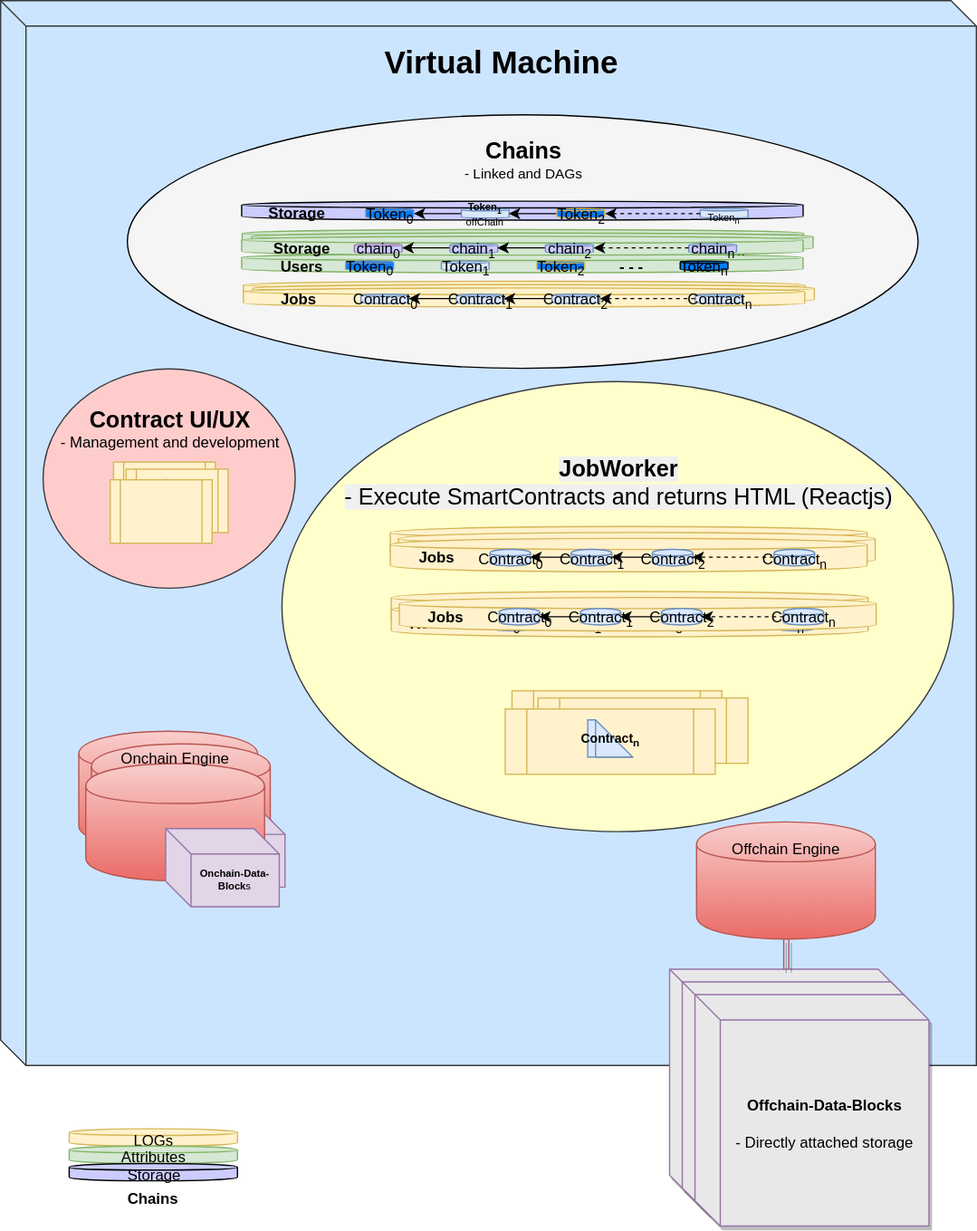
Above: docs/virtual-machine.svg in dev-usertoken/virtual-machine (draw.io), before the change. Source tidied: cells renumbered, new cells last; positions are measured from the earlier drawing's top-left corner, leaving out a move shared by most shapes.
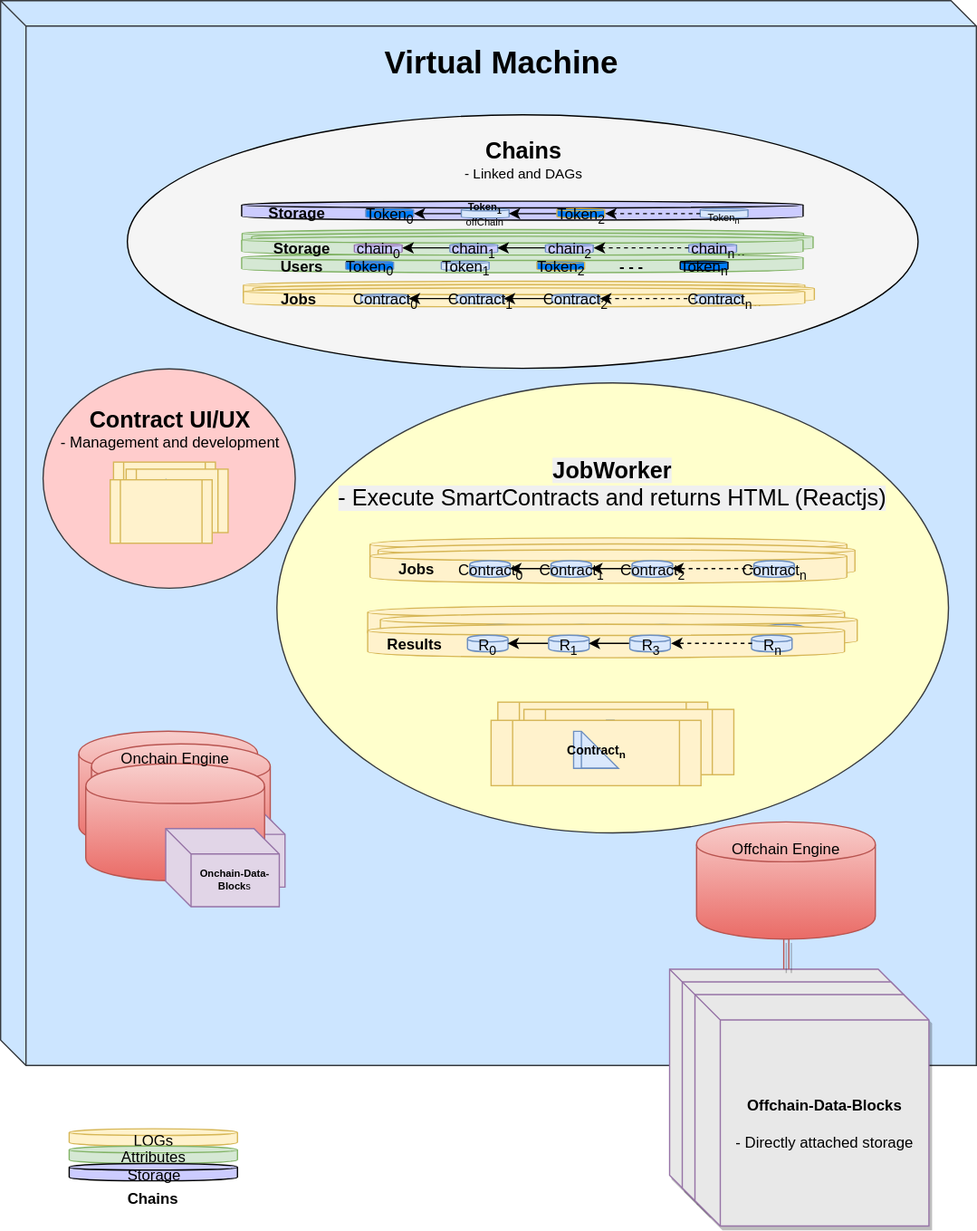
Above is the later version.

Commit message:
result-chain

What changed in the source:
```diff
@@ -389,17 +389,17 @@
     <mxCell id="130" style="shape=process;whiteSpace=wrap;html=1;backgroundOutline=1;fillColor=#fff2cc;strokeColor=#d6b656;" parent="129" vertex="1">
       <mxGeometry width="80.4" height="50.1" as="geometry" />
     </mxCell>
-    <mxCell id="131" style="group;" parent="1" vertex="1">
-      <mxGeometry x="222" y="300" width="530" height="355" as="geometry" />
-    </mxCell>
+    <mxCell id="212" style="group;" parent="1" vertex="1">
+      <mxGeometry x="217.8" y="301" width="530" height="355" as="geometry" />
+    </mxCell>
-    <mxCell id="132" value="&lt;div style=&quot;font-size: 18px&quot;&gt;&lt;font style=&quot;font-size: 18px&quot;&gt;&lt;span style=&quot;background-color: rgb(240 , 240 , 240)&quot;&gt;&lt;b&gt;JobWorker&lt;/b&gt;&lt;/span&gt;&lt;/font&gt;&lt;/div&gt;&lt;div style=&quot;font-size: 18px&quot; align=&quot;left&quot;&gt;&lt;font style=&quot;font-size: 18px&quot;&gt;&lt;span style=&quot;background-color: rgb(240 , 240 , 240)&quot;&gt;- Execute SmartContracts and returns HTML (Reactjs)&lt;br&gt;&lt;/span&gt;&lt;/font&gt;&lt;/div&gt;&lt;div style=&quot;font-size: 18px&quot;&gt;&lt;font style=&quot;font-size: 18px&quot;&gt;&lt;span style=&quot;background-color: rgb(240 , 240 , 240)&quot;&gt;&lt;br&gt;&lt;/span&gt;&lt;/font&gt;&lt;/div&gt;&lt;div style=&quot;font-size: 18px&quot;&gt;&lt;font style=&quot;font-size: 18px&quot;&gt;&lt;span style=&quot;background-color: rgb(240 , 240 , 240)&quot;&gt;&lt;br&gt;&lt;/span&gt;&lt;/font&gt;&lt;/div&gt;&lt;div style=&quot;font-size: 18px&quot;&gt;&lt;font style=&quot;font-size: 18px&quot;&gt;&lt;span style=&quot;background-color: rgb(240 , 240 , 240)&quot;&gt;&lt;br&gt;&lt;/span&gt;&lt;/font&gt;&lt;/div&gt;&lt;div style=&quot;font-size: 18px&quot;&gt;&lt;font style=&quot;font-size: 18px&quot;&gt;&lt;span style=&quot;background-color: rgb(240 , 240 , 240)&quot;&gt;&lt;br&gt;&lt;/span&gt;&lt;/font&gt;&lt;/div&gt;&lt;div style=&quot;font-size: 18px&quot;&gt;&lt;font style=&quot;font-size: 18px&quot;&gt;&lt;span style=&quot;background-color: rgb(240 , 240 , 240)&quot;&gt;&lt;br&gt;&lt;/span&gt;&lt;/font&gt;&lt;/div&gt;&lt;div style=&quot;font-size: 18px&quot;&gt;&lt;font style=&quot;font-size: 18px&quot;&gt;&lt;span style=&quot;background-color: rgb(240 , 240 , 240)&quot;&gt;&lt;br&gt;&lt;/span&gt;&lt;/font&gt;&lt;/div&gt;&lt;div style=&quot;font-size: 18px&quot;&gt;&lt;font style=&quot;font-size: 18px&quot;&gt;&lt;span style=&quot;background-color: rgb(240 , 240 , 240)&quot;&gt;&lt;br&gt;&lt;/span&gt;&lt;/font&gt;&lt;/div&gt;&lt;div style=&quot;font-size: 18px&quot;&gt;&lt;font style=&quot;font-size: 18px&quot;&gt;&lt;span style=&quot;background-color: rgb(240 , 240 , 240)&quot;&gt;&lt;br&gt;&lt;/span&gt;&lt;/font&gt;&lt;/div&gt;&lt;div style=&quot;font-size: 18px&quot;&gt;&lt;font style=&quot;font-size: 18px&quot;&gt;&lt;span style=&quot;background-color: rgb(240 , 240 , 240)&quot;&gt;&lt;br&gt;&lt;/span&gt;&lt;/font&gt;&lt;/div&gt;" style="ellipse;whiteSpace=wrap;html=1;fillColor=#FFFFCC;strokeColor=#36393d;" parent="131" vertex="1">
+    <mxCell id="132" value="&lt;div style=&quot;font-size: 18px&quot;&gt;&lt;font style=&quot;font-size: 18px&quot;&gt;&lt;span style=&quot;background-color: rgb(240 , 240 , 240)&quot;&gt;&lt;b&gt;JobWorker&lt;/b&gt;&lt;/span&gt;&lt;/font&gt;&lt;/div&gt;&lt;div style=&quot;font-size: 18px&quot; align=&quot;left&quot;&gt;&lt;font style=&quot;font-size: 18px&quot;&gt;&lt;span style=&quot;background-color: rgb(240 , 240 , 240)&quot;&gt;- Execute SmartContracts and returns HTML (Reactjs)&lt;br&gt;&lt;/span&gt;&lt;/font&gt;&lt;/div&gt;&lt;div style=&quot;font-size: 18px&quot;&gt;&lt;font style=&quot;font-size: 18px&quot;&gt;&lt;span style=&quot;background-color: rgb(240 , 240 , 240)&quot;&gt;&lt;br&gt;&lt;/span&gt;&lt;/font&gt;&lt;/div&gt;&lt;div style=&quot;font-size: 18px&quot;&gt;&lt;font style=&quot;font-size: 18px&quot;&gt;&lt;span style=&quot;background-color: rgb(240 , 240 , 240)&quot;&gt;&lt;br&gt;&lt;/span&gt;&lt;/font&gt;&lt;/div&gt;&lt;div style=&quot;font-size: 18px&quot;&gt;&lt;font style=&quot;font-size: 18px&quot;&gt;&lt;span style=&quot;background-color: rgb(240 , 240 , 240)&quot;&gt;&lt;br&gt;&lt;/span&gt;&lt;/font&gt;&lt;/div&gt;&lt;div style=&quot;font-size: 18px&quot;&gt;&lt;font style=&quot;font-size: 18px&quot;&gt;&lt;span style=&quot;background-color: rgb(240 , 240 , 240)&quot;&gt;&lt;br&gt;&lt;/span&gt;&lt;/font&gt;&lt;/div&gt;&lt;div style=&quot;font-size: 18px&quot;&gt;&lt;font style=&quot;font-size: 18px&quot;&gt;&lt;span style=&quot;background-color: rgb(240 , 240 , 240)&quot;&gt;&lt;br&gt;&lt;/span&gt;&lt;/font&gt;&lt;/div&gt;&lt;div style=&quot;font-size: 18px&quot;&gt;&lt;font style=&quot;font-size: 18px&quot;&gt;&lt;span style=&quot;background-color: rgb(240 , 240 , 240)&quot;&gt;&lt;br&gt;&lt;/span&gt;&lt;/font&gt;&lt;/div&gt;&lt;div style=&quot;font-size: 18px&quot;&gt;&lt;font style=&quot;font-size: 18px&quot;&gt;&lt;span style=&quot;background-color: rgb(240 , 240 , 240)&quot;&gt;&lt;br&gt;&lt;/span&gt;&lt;/font&gt;&lt;/div&gt;&lt;div style=&quot;font-size: 18px&quot;&gt;&lt;font style=&quot;font-size: 18px&quot;&gt;&lt;span style=&quot;background-color: rgb(240 , 240 , 240)&quot;&gt;&lt;br&gt;&lt;/span&gt;&lt;/font&gt;&lt;/div&gt;&lt;div style=&quot;font-size: 18px&quot;&gt;&lt;font style=&quot;font-size: 18px&quot;&gt;&lt;span style=&quot;background-color: rgb(240 , 240 , 240)&quot;&gt;&lt;br&gt;&lt;/span&gt;&lt;/font&gt;&lt;/div&gt;" style="ellipse;whiteSpace=wrap;html=1;fillColor=#FFFFCC;strokeColor=#36393d;" parent="212" vertex="1">
       <mxGeometry width="530" height="355" as="geometry" />
     </mxCell>
-    <mxCell id="133" style="group;" parent="131" vertex="1">
-      <mxGeometry x="85.5" y="114.8" width="383.5" height="195.4" as="geometry" />
-    </mxCell>
+    <mxCell id="213" style="group;" parent="212" vertex="1">
+      <mxGeometry x="71.8" y="122.8" width="386.3" height="195.4" as="geometry" />
+    </mxCell>
-    <mxCell id="134" style="group;" parent="133" vertex="1">
-      <mxGeometry x="90.7" y="129.5" width="191.6" height="65.9" as="geometry" />
+    <mxCell id="134" style="group;" parent="213" vertex="1">
+      <mxGeometry x="97.4" y="129.5" width="191.6" height="65.9" as="geometry" />
     </mxCell>
     <mxCell id="135" style="group;" parent="134" vertex="1">
       <mxGeometry x="5.3" width="165.7" height="51.5" as="geometry" />
@@ -428,8 +428,8 @@
     <mxCell id="143" value="&lt;font style=&quot;font-size: 10px&quot;&gt;&lt;b&gt;Contract&lt;sub&gt;n&lt;/sub&gt;&lt;/b&gt;&lt;/font&gt;" style="shape=note;whiteSpace=wrap;html=1;backgroundOutline=1;fillColor=#dae8fc;strokeColor=#6c8ebf;" parent="141" vertex="1">
       <mxGeometry x="65.1" y="8.6" width="35.4" height="29.3" as="geometry" />
     </mxCell>
-    <mxCell id="144" style="group;" parent="133" vertex="1">
-      <mxGeometry width="382.7" height="35.7" as="geometry" />
+    <mxCell id="144" style="group;" parent="213" vertex="1">
+      <mxGeometry x="1.8" width="382.7" height="35.7" as="geometry" />
     </mxCell>
     <mxCell id="145" style="group;" parent="144" vertex="1">
       <mxGeometry width="376.3" height="26.4" as="geometry" />
@@ -533,44 +533,11 @@
     <mxCell id="178" style="endArrow=classic;html=1;dashed=1;exitX=0;exitY=0.5;entryX=1;entryY=0.5;" parent="171" edge="1" source="177" target="176">
       <mxGeometry relative="1" as="geometry" />
     </mxCell>
-    <mxCell id="179" style="group;" parent="133" vertex="1">
-      <mxGeometry x="0.8" y="51.3" width="382.7" height="129.9" as="geometry" />
-    </mxCell>
-    <mxCell id="180" style="group;" parent="179" vertex="1">
-      <mxGeometry width="376.3" height="26.4" as="geometry" />
-    </mxCell>
-    <mxCell id="181" style="shape=cylinder;whiteSpace=wrap;html=1;boundedLbl=1;backgroundOutline=1;fillColor=#fff2cc;strokeColor=#d6b656;" parent="180" vertex="1">
-      <mxGeometry width="376.3" height="26.4" as="geometry" />
-    </mxCell>
-    <mxCell id="182" value="&lt;b&gt;Jobs&lt;/b&gt;" style="text;html=1;strokeColor=none;fillColor=none;align=center;verticalAlign=middle;whiteSpace=wrap;rounded=0;" parent="180" vertex="1">
-      <mxGeometry x="25.5" y="11.8" width="22.1" height="6.6" as="geometry" />
-    </mxCell>
-    <mxCell id="183" style="group;" parent="180" vertex="1">
-      <mxGeometry x="78.7" y="8.6" width="256.2" height="13.1" as="geometry" />
-    </mxCell>
-    <mxCell id="184" value="Contract&lt;sub&gt;0&lt;/sub&gt;" style="shape=cylinder;whiteSpace=wrap;html=1;boundedLbl=1;backgroundOutline=1;fillColor=#dae8fc;strokeColor=#6c8ebf;" parent="183" vertex="1">
-      <mxGeometry width="32" height="13.1" as="geometry" />
-    </mxCell>
-    <mxCell id="185" style="edgeStyle=none;rounded=0;html=1;exitX=0;exitY=0.5;entryX=1;entryY=0.5;jettySize=auto;" parent="183" edge="1" source="186" target="184">
-      <mxGeometry relative="1" as="geometry" />
-    </mxCell>
-    <mxCell id="186" value="Contract&lt;sub&gt;1&lt;/sub&gt;" style="shape=cylinder;whiteSpace=wrap;html=1;boundedLbl=1;backgroundOutline=1;fillColor=#dae8fc;strokeColor=#6c8ebf;" parent="183" vertex="1">
-      <mxGeometry x="64" width="32" height="13.1" as="geometry" />
-    </mxCell>
-    <mxCell id="187" style="edgeStyle=none;rounded=0;html=1;exitX=0;exitY=0.5;entryX=1;entryY=0.5;jettySize=auto;" parent="183" edge="1" source="188" target="186">
-      <mxGeometry relative="1" as="geometry" />
-    </mxCell>
-    <mxCell id="188" value="Contract&lt;sub&gt;2&lt;/sub&gt;" style="shape=cylinder;whiteSpace=wrap;html=1;boundedLbl=1;backgroundOutline=1;fillColor=#dae8fc;strokeColor=#6c8ebf;" parent="183" vertex="1">
-      <mxGeometry x="128.1" width="32" height="13.1" as="geometry" />
-    </mxCell>
-    <mxCell id="189" value="Contract&lt;sub&gt;n&lt;/sub&gt;" style="shape=cylinder;whiteSpace=wrap;html=1;boundedLbl=1;backgroundOutline=1;fillColor=#dae8fc;strokeColor=#6c8ebf;" parent="183" vertex="1">
-      <mxGeometry x="224.1" width="32" height="13.1" as="geometry" />
-    </mxCell>
-    <mxCell id="190" style="endArrow=classic;html=1;dashed=1;exitX=0;exitY=0.5;entryX=1;entryY=0.5;" parent="183" edge="1" source="189" target="188">
-      <mxGeometry relative="1" as="geometry" />
-    </mxCell>
+    <mxCell id="214" style="group;" parent="213" vertex="1">
+      <mxGeometry y="53.6" width="386.3" height="40.9" as="geometry" />
+    </mxCell>
-    <mxCell id="191" style="group;" parent="179" vertex="1">
-      <mxGeometry y="9.3" width="376.3" height="26.4" as="geometry" />
+    <mxCell id="191" style="group;" parent="214" vertex="1">
+      <mxGeometry width="376.3" height="26.4" as="geometry" />
     </mxCell>
     <mxCell id="192" style="shape=cylinder;whiteSpace=wrap;html=1;boundedLbl=1;backgroundOutline=1;fillColor=#fff2cc;strokeColor=#d6b656;" parent="191" vertex="1">
       <mxGeometry width="376.3" height="26.4" as="geometry" />
@@ -602,35 +569,71 @@
     <mxCell id="201" style="endArrow=classic;html=1;dashed=1;exitX=0;exitY=0.5;entryX=1;entryY=0.5;" parent="194" edge="1" source="200" target="199">
       <mxGeometry relative="1" as="geometry" />
     </mxCell>
-    <mxCell id="202" style="shape=cylinder;whiteSpace=wrap;html=1;boundedLbl=1;backgroundOutline=1;fillColor=#fff2cc;strokeColor=#d6b656;" parent="179" vertex="1">
-      <mxGeometry x="6.4" y="4.7" width="376.3" height="26.4" as="geometry" />
-    </mxCell>
-    <mxCell id="203" value="&lt;b&gt;Jobs&lt;/b&gt;" style="text;html=1;strokeColor=none;fillColor=none;align=center;verticalAlign=middle;whiteSpace=wrap;rounded=0;" parent="179" vertex="1">
-      <mxGeometry x="31.9" y="16.5" width="22.1" height="6.6" as="geometry" />
-    </mxCell>
-    <mxCell id="204" style="group;" parent="179" vertex="1">
-      <mxGeometry x="85.1" y="13.3" width="256.2" height="13.1" as="geometry" />
-    </mxCell>
-    <mxCell id="205" value="Contract&lt;sub&gt;0&lt;/sub&gt;" style="shape=cylinder;whiteSpace=wrap;html=1;boundedLbl=1;backgroundOutline=1;fillColor=#dae8fc;strokeColor=#6c8ebf;" parent="204" vertex="1">
-      <mxGeometry width="32" height="13.1" as="geometry" />
-    </mxCell>
-    <mxCell id="206" style="edgeStyle=none;rounded=0;html=1;exitX=0;exitY=0.5;entryX=1;entryY=0.5;jettySize=auto;" parent="204" edge="1" source="207" target="205">
-      <mxGeometry relative="1" as="geometry" />
-    </mxCell>
-    <mxCell id="207" value="Contract&lt;sub&gt;1&lt;/sub&gt;" style="shape=cylinder;whiteSpace=wrap;html=1;boundedLbl=1;backgroundOutline=1;fillColor=#dae8fc;strokeColor=#6c8ebf;" parent="204" vertex="1">
-      <mxGeometry x="64" width="32" height="13.1" as="geometry" />
-    </mxCell>
-    <mxCell id="208" style="edgeStyle=none;rounded=0;html=1;exitX=0;exitY=0.5;entryX=1;entryY=0.5;jettySize=auto;" parent="204" edge="1" source="209" target="207">
-      <mxGeometry relative="1" as="geometry" />
-    </mxCell>
-    <mxCell id="209" value="Contract&lt;sub&gt;2&lt;/sub&gt;" style="shape=cylinder;whiteSpace=wrap;html=1;boundedLbl=1;backgroundOutline=1;fillColor=#dae8fc;strokeColor=#6c8ebf;" parent="204" vertex="1">
-      <mxGeometry x="128.1" width="32" height="13.1" as="geometry" />
-    </mxCell>
-    <mxCell id="210" value="Contract&lt;sub&gt;n&lt;/sub&gt;" style="shape=cylinder;whiteSpace=wrap;html=1;boundedLbl=1;backgroundOutline=1;fillColor=#dae8fc;strokeColor=#6c8ebf;" parent="204" vertex="1">
-      <mxGeometry x="224.1" width="32" height="13.1" as="geometry" />
-    </mxCell>
-    <mxCell id="211" style="endArrow=classic;html=1;dashed=1;exitX=0;exitY=0.5;entryX=1;entryY=0.5;" parent="204" edge="1" source="210" target="209">
-      <mxGeometry relative="1" as="geometry" />
-    </mxCell>
+    <mxCell id="215" style="group;" parent="214" vertex="1">
+      <mxGeometry x="10" y="6" width="376.3" height="26.4" as="geometry" />
+    </mxCell>
+    <mxCell id="216" style="shape=cylinder;whiteSpace=wrap;html=1;boundedLbl=1;backgroundOutline=1;fillColor=#fff2cc;strokeColor=#d6b656;" parent="215" vertex="1">
+      <mxGeometry width="376.3" height="26.4" as="geometry" />
+    </mxCell>
+    <mxCell id="217" value="&lt;b&gt;Results&lt;/b&gt;" style="text;html=1;strokeColor=none;fillColor=none;align=center;verticalAlign=middle;whiteSpace=wrap;rounded=0;" parent="215" vertex="1">
+      <mxGeometry x="25.5" y="11.8" width="22.1" height="6.6" as="geometry" />
+    </mxCell>
+    <mxCell id="218" style="group;" parent="215" vertex="1">
+      <mxGeometry x="78.7" y="8.6" width="256.2" height="13.1" as="geometry" />
+    </mxCell>
+    <mxCell id="219" value="R&lt;sub&gt;0&lt;/sub&gt;" style="shape=cylinder;whiteSpace=wrap;html=1;boundedLbl=1;backgroundOutline=1;fillColor=#dae8fc;strokeColor=#6c8ebf;" parent="218" vertex="1">
+      <mxGeometry width="32" height="13.1" as="geometry" />
+    </mxCell>
+    <mxCell id="220" style="edgeStyle=none;rounded=0;html=1;exitX=0;exitY=0.5;entryX=1;entryY=0.5;jettySize=auto;" parent="218" edge="1" source="221" target="219">
+      <mxGeometry relative="1" as="geometry" />
+    </mxCell>
+    <mxCell id="221" value="R&lt;sub&gt;1&lt;/sub&gt;" style="shape=cylinder;whiteSpace=wrap;html=1;boundedLbl=1;backgroundOutline=1;fillColor=#dae8fc;strokeColor=#6c8ebf;" parent="218" vertex="1">
+      <mxGeometry x="64" width="32" height="13.1" as="geometry" />
+    </mxCell>
+    <mxCell id="222" style="edgeStyle=none;rounded=0;html=1;exitX=0;exitY=0.5;entryX=1;entryY=0.5;jettySize=auto;" parent="218" edge="1" source="223" target="221">
+      <mxGeometry relative="1" as="geometry" />
+    </mxCell>
+    <mxCell id="223" value="R&lt;sub&gt;3&lt;/sub&gt;" style="shape=cylinder;whiteSpace=wrap;html=1;boundedLbl=1;backgroundOutline=1;fillColor=#dae8fc;strokeColor=#6c8ebf;" parent="218" vertex="1">
+      <mxGeometry x="128.1" width="32" height="13.1" as="geometry" />
+    </mxCell>
+    <mxCell id="224" value="R&lt;sub&gt;n&lt;/sub&gt;" style="shape=cylinder;whiteSpace=wrap;html=1;boundedLbl=1;backgroundOutline=1;fillColor=#dae8fc;strokeColor=#6c8ebf;" parent="218" vertex="1">
+      <mxGeometry x="224.1" width="32" height="13.1" as="geometry" />
+    </mxCell>
+    <mxCell id="225" style="endArrow=classic;html=1;dashed=1;exitX=0;exitY=0.5;entryX=1;entryY=0.5;" parent="218" edge="1" source="224" target="223">
+      <mxGeometry relative="1" as="geometry" />
+    </mxCell>
+    <mxCell id="226" style="group;" parent="214" vertex="1">
+      <mxGeometry y="14.5" width="376.3" height="26.4" as="geometry" />
+    </mxCell>
+    <mxCell id="227" style="shape=cylinder;whiteSpace=wrap;html=1;boundedLbl=1;backgroundOutline=1;fillColor=#fff2cc;strokeColor=#d6b656;" parent="226" vertex="1">
+      <mxGeometry width="376.3" height="26.4" as="geometry" />
+    </mxCell>
+    <mxCell id="228" value="&lt;b&gt;Results&lt;/b&gt;" style="text;html=1;strokeColor=none;fillColor=none;align=center;verticalAlign=middle;whiteSpace=wrap;rounded=0;" parent="226" vertex="1">
+      <mxGeometry x="25.5" y="11.8" width="22.1" height="6.6" as="geometry" />
+    </mxCell>
+    <mxCell id="229" style="group;" parent="226" vertex="1">
+      <mxGeometry x="78.7" y="8.6" width="256.2" height="13.1" as="geometry" />
+    </mxCell>
+    <mxCell id="230" value="R&lt;sub&gt;0&lt;/sub&gt;" style="shape=cylinder;whiteSpace=wrap;html=1;boundedLbl=1;backgroundOutline=1;fillColor=#dae8fc;strokeColor=#6c8ebf;" parent="229" vertex="1">
+      <mxGeometry width="32" height="13.1" as="geometry" />
+    </mxCell>
+    <mxCell id="231" style="edgeStyle=none;rounded=0;html=1;exitX=0;exitY=0.5;entryX=1;entryY=0.5;jettySize=auto;" parent="229" edge="1" source="232" target="230">
+      <mxGeometry relative="1" as="geometry" />
+    </mxCell>
+    <mxCell id="232" value="R&lt;sub&gt;1&lt;/sub&gt;" style="shape=cylinder;whiteSpace=wrap;html=1;boundedLbl=1;backgroundOutline=1;fillColor=#dae8fc;strokeColor=#6c8ebf;" parent="229" vertex="1">
+      <mxGeometry x="64" width="32" height="13.1" as="geometry" />
+    </mxCell>
+    <mxCell id="233" style="edgeStyle=none;rounded=0;html=1;exitX=0;exitY=0.5;entryX=1;entryY=0.5;jettySize=auto;" parent="229" edge="1" source="234" target="232">
+      <mxGeometry relative="1" as="geometry" />
+    </mxCell>
+    <mxCell id="234" value="R&lt;sub&gt;3&lt;/sub&gt;" style="shape=cylinder;whiteSpace=wrap;html=1;boundedLbl=1;backgroundOutline=1;fillColor=#dae8fc;strokeColor=#6c8ebf;" parent="229" vertex="1">
+      <mxGeometry x="128.1" width="32" height="13.1" as="geometry" />
+    </mxCell>
+    <mxCell id="235" value="R&lt;sub&gt;n&lt;/sub&gt;" style="shape=cylinder;whiteSpace=wrap;html=1;boundedLbl=1;backgroundOutline=1;fillColor=#dae8fc;strokeColor=#6c8ebf;" parent="229" vertex="1">
+      <mxGeometry x="224.1" width="32" height="13.1" as="geometry" />
+    </mxCell>
+    <mxCell id="236" style="endArrow=classic;html=1;dashed=1;exitX=0;exitY=0.5;entryX=1;entryY=0.5;" parent="229" edge="1" source="235" target="234">
+      <mxGeometry relative="1" as="geometry" />
+    </mxCell>
   </root>
 </mxGraphModel>
```
